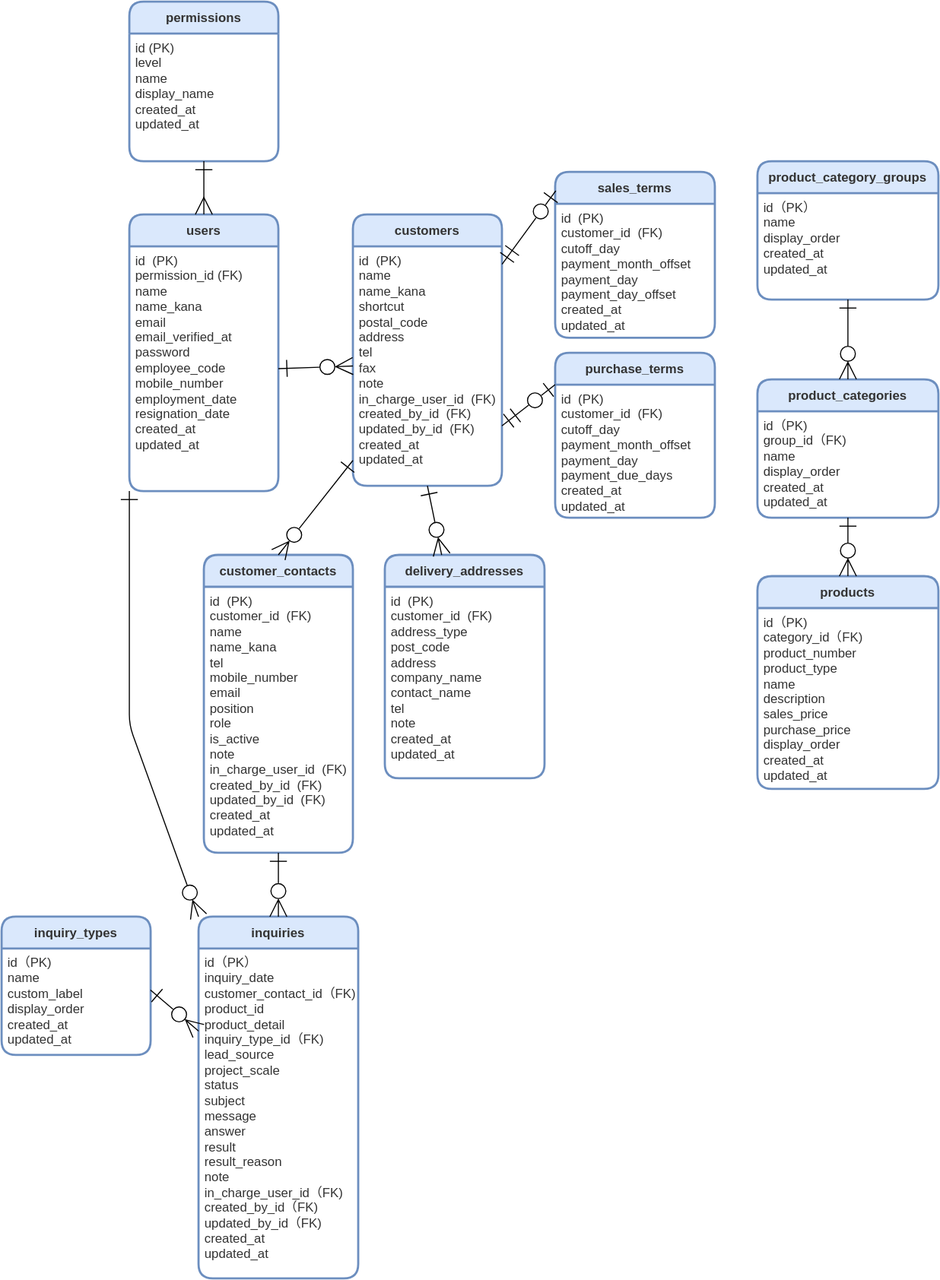
The draw.io diagram src/docs/ER.drawio.svg in ryo-tom/flagship, before a commit. Source tidied: cells renumbered, new cells last; positions are measured from the earlier drawing's top-left corner, leaving out a move shared by most shapes.
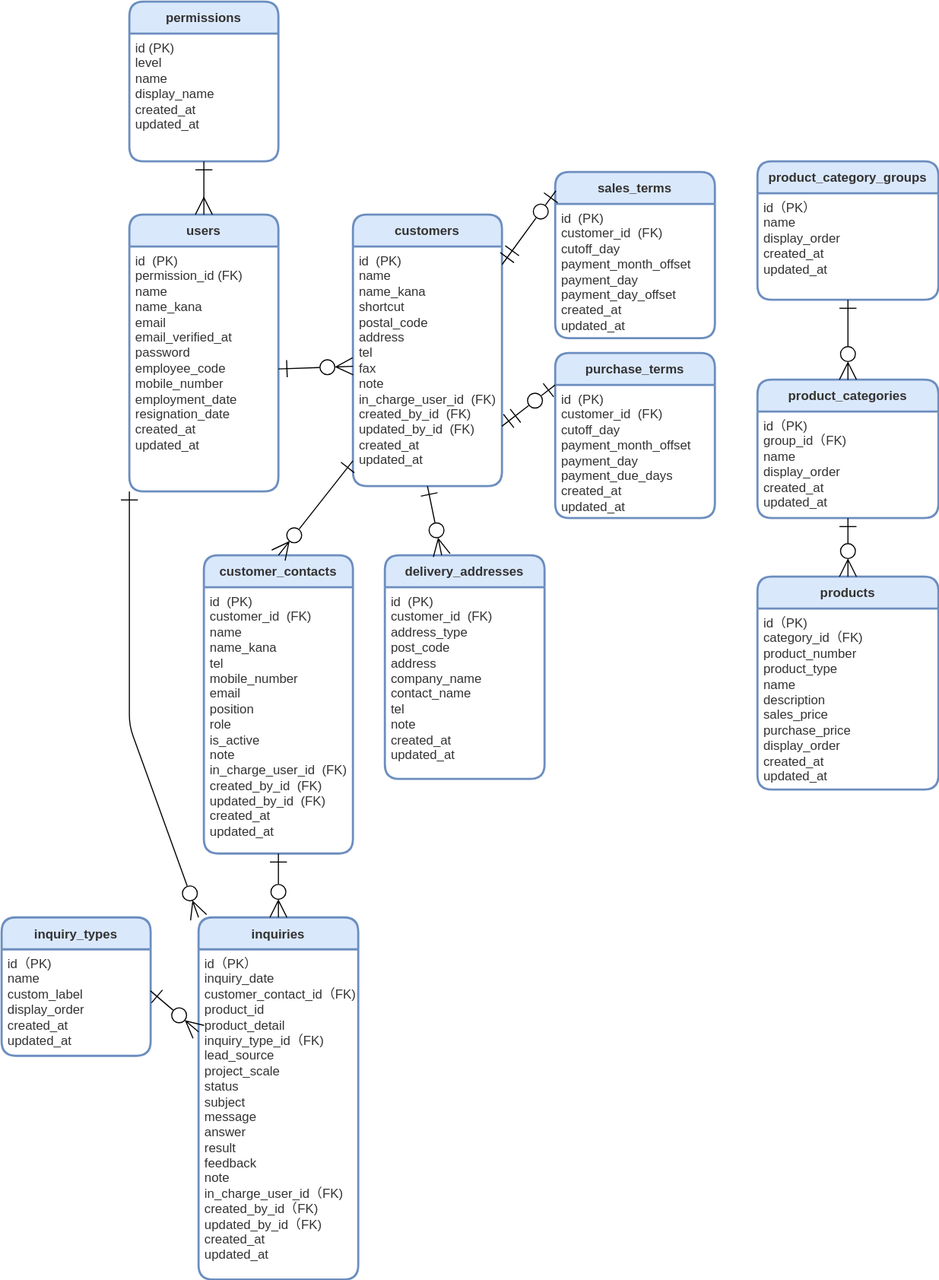
The same diagram one commit later.

Commit message:
rename result_reason to feedback

The edit, as a diff of the source:
```diff
@@ -95,7 +95,7 @@
     <mxCell id="32" value="inquiries" style="swimlane;horizontal=1;startSize=30;rounded=1;fontSize=12;fontStyle=1;strokeWidth=2;shadow=0;dashed=0;align=center;fillColor=#dae8fc;strokeColor=#6c8ebf;fontColor=#333333;labelBackgroundColor=none;gradientColor=none;swimlaneFillColor=#FFFFFF;verticalAlign=middle;" parent="1" vertex="1">
       <mxGeometry x="185" y="860" width="150" height="340" as="geometry" />
     </mxCell>
-    <mxCell id="33" value="&lt;div&gt;id（PK）&lt;/div&gt;&lt;div&gt;inquiry_date&lt;/div&gt;&lt;div&gt;customer_contact_id（FK)&lt;/div&gt;&lt;div&gt;product_id&lt;/div&gt;&lt;div&gt;product_detail&lt;/div&gt;&lt;div&gt;inquiry_type_id（FK)&lt;/div&gt;&lt;div&gt;lead_source&lt;/div&gt;&lt;div&gt;project_scale&lt;/div&gt;&lt;div&gt;status&lt;/div&gt;&lt;div&gt;subject&lt;/div&gt;&lt;div&gt;message&lt;/div&gt;&lt;div&gt;answer&lt;/div&gt;&lt;div&gt;result&lt;/div&gt;&lt;div&gt;result_reason&lt;/div&gt;&lt;div&gt;note&lt;/div&gt;&lt;div&gt;in_charge_user_id（FK)&lt;/div&gt;&lt;div&gt;created_by_id（FK)&lt;/div&gt;&lt;div&gt;updated_by_id（FK)&lt;/div&gt;&lt;div&gt;&lt;span style=&quot;background-color: initial;&quot;&gt;created_at&lt;/span&gt;&lt;/div&gt;&lt;div&gt;updated_at&lt;/div&gt;" style="align=left;strokeColor=none;fillColor=none;spacingLeft=4;fontSize=12;verticalAlign=top;fontColor=#333333;html=1;" parent="32" vertex="1">
+    <mxCell id="33" value="&lt;div&gt;id（PK）&lt;/div&gt;&lt;div&gt;inquiry_date&lt;/div&gt;&lt;div&gt;customer_contact_id（FK)&lt;/div&gt;&lt;div&gt;product_id&lt;/div&gt;&lt;div&gt;product_detail&lt;/div&gt;&lt;div&gt;inquiry_type_id（FK)&lt;/div&gt;&lt;div&gt;lead_source&lt;/div&gt;&lt;div&gt;project_scale&lt;/div&gt;&lt;div&gt;status&lt;/div&gt;&lt;div&gt;subject&lt;/div&gt;&lt;div&gt;message&lt;/div&gt;&lt;div&gt;answer&lt;/div&gt;&lt;div&gt;result&lt;/div&gt;&lt;div&gt;feedback&lt;/div&gt;&lt;div&gt;note&lt;/div&gt;&lt;div&gt;in_charge_user_id（FK)&lt;/div&gt;&lt;div&gt;created_by_id（FK)&lt;/div&gt;&lt;div&gt;updated_by_id（FK)&lt;/div&gt;&lt;div&gt;&lt;span style=&quot;background-color: initial;&quot;&gt;created_at&lt;/span&gt;&lt;/div&gt;&lt;div&gt;updated_at&lt;/div&gt;" style="align=left;strokeColor=none;fillColor=none;spacingLeft=4;fontSize=12;verticalAlign=top;fontColor=#333333;html=1;" parent="32" vertex="1">
       <mxGeometry y="30" width="150" height="310" as="geometry" />
     </mxCell>
     <mxCell id="34" style="edgeStyle=none;shape=connector;rounded=1;jumpStyle=none;jumpSize=6;html=1;entryX=0;entryY=0.25;entryDx=0;entryDy=0;shadow=0;labelBackgroundColor=default;strokeColor=default;fontFamily=Helvetica;fontSize=12;fontColor=default;startArrow=ERone;startFill=0;endArrow=ERzeroToMany;endFill=0;startSize=14;endSize=14;targetPerimeterSpacing=0;verticalAlign=top;exitX=0.999;exitY=0.39;exitDx=0;exitDy=0;exitPerimeter=0;" parent="1" edge="1" source="31" target="33">
```
